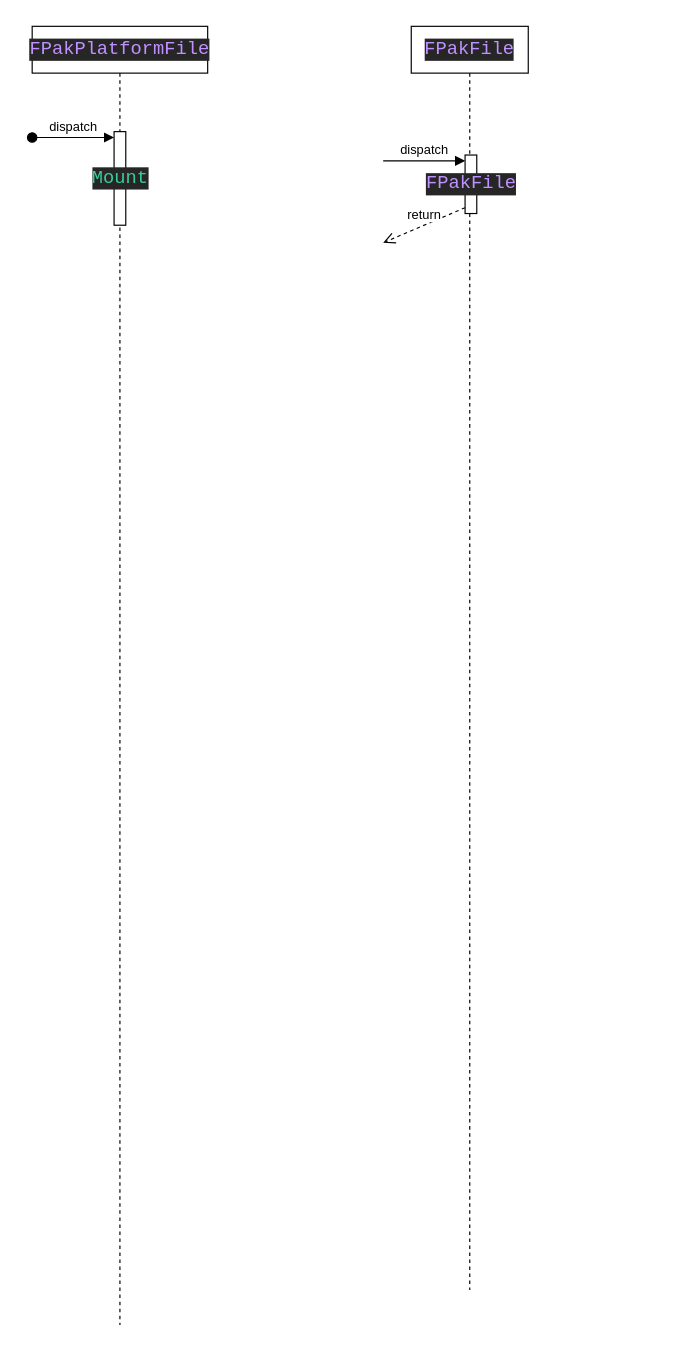
The draw.io diagram page "mount" (1 of 3) of UE资源管理.drawio in ling-shixi/meta, before the edit. Source tidied: cells renumbered, new cells numbered last; positions are measured from the earlier drawing's top-left corner, leaving out a move shared by most shapes. Both pictures are drawn from the tidied source at 117%, with x=0, y=0 at pixel (32, 26).
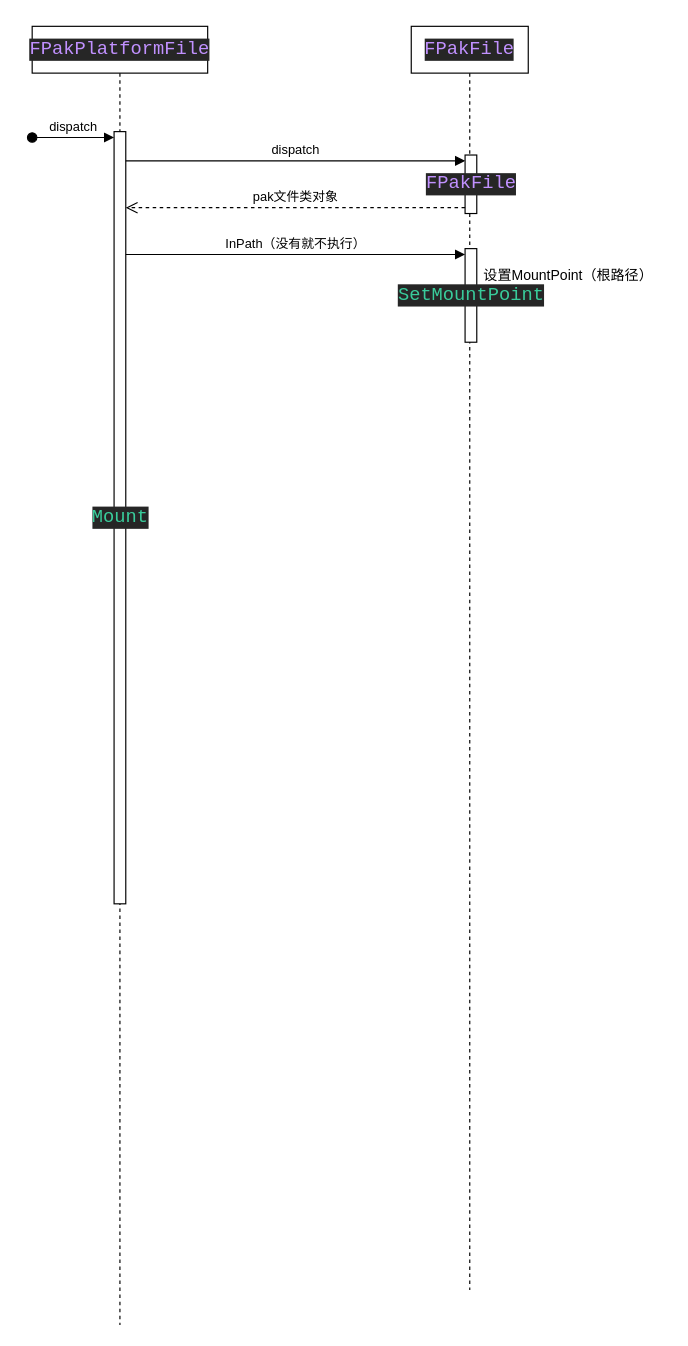
The same page after the edit.

The edit, as a diff of the source:
```diff
@@
 <mxGraphModel>
   <root>
     <mxCell id="0" />
     <mxCell id="1" parent="0" />
     <mxCell id="2" value="&lt;div style=&quot;background-color:#262626;color:#d0d0d0&quot;&gt;&lt;pre style=&quot;font-family:'JetBrains Mono',monospace;font-size:12.0pt;&quot;&gt;&lt;span style=&quot;color:#c191ff;&quot;&gt;FPakPlatformFile&lt;/span&gt;&lt;/pre&gt;&lt;/div&gt;" style="shape=umlLifeline;perimeter=lifelinePerimeter;whiteSpace=wrap;html=1;newEdgeStyle={&quot;curved&quot;:0,&quot;rounded&quot;:0};" parent="1" vertex="1">
       <mxGeometry width="150" height="1110" as="geometry" />
     </mxCell>
     <mxCell id="3" value="&lt;div style=&quot;background-color:#262626;color:#d0d0d0&quot;&gt;&lt;pre style=&quot;font-family:'JetBrains Mono',monospace;font-size:12.0pt;&quot;&gt;&lt;span style=&quot;color:#39cc9b;&quot;&gt;Mount&lt;/span&gt;&lt;/pre&gt;&lt;/div&gt;" style="html=1;points=[[0,0,0,0,5],[0,1,0,0,-5],[1,0,0,0,5],[1,1,0,0,-5]];perimeter=orthogonalPerimeter;outlineConnect=0;targetShapes=umlLifeline;portConstraint=eastwest;newEdgeStyle={&quot;curved&quot;:0,&quot;rounded&quot;:0};" parent="2" vertex="1">
-      <mxGeometry x="70" y="90" width="10" height="80" as="geometry" />
+      <mxGeometry x="70" y="90" width="10" height="660" as="geometry" />
     </mxCell>
     <mxCell id="4" value="dispatch" style="html=1;verticalAlign=bottom;startArrow=oval;endArrow=block;startSize=8;curved=0;rounded=0;entryX=0;entryY=0;entryDx=0;entryDy=5;" parent="2" edge="1" target="3">
       <mxGeometry relative="1" as="geometry">
         <mxPoint y="95" as="sourcePoint" />
       </mxGeometry>
     </mxCell>
     <mxCell id="5" value="&lt;div style=&quot;background-color:#262626;color:#d0d0d0&quot;&gt;&lt;pre style=&quot;font-family:'JetBrains Mono',monospace;font-size:12.0pt;&quot;&gt;&lt;span style=&quot;color:#c191ff;&quot;&gt;FPakFile&lt;/span&gt;&lt;/pre&gt;&lt;/div&gt;" style="shape=umlLifeline;perimeter=lifelinePerimeter;whiteSpace=wrap;html=1;newEdgeStyle={&quot;curved&quot;:0,&quot;rounded&quot;:0};" parent="1" vertex="1">
       <mxGeometry x="324" width="100" height="1080" as="geometry" />
     </mxCell>
     <mxCell id="6" value="&lt;div style=&quot;background-color:#262626;color:#d0d0d0&quot;&gt;&lt;pre style=&quot;font-family:'JetBrains Mono',monospace;font-size:12.0pt;&quot;&gt;&lt;span style=&quot;color:#c191ff;&quot;&gt;FPakFile&lt;/span&gt;&lt;/pre&gt;&lt;/div&gt;" style="html=1;points=[[0,0,0,0,5],[0,1,0,0,-5],[1,0,0,0,5],[1,1,0,0,-5]];perimeter=orthogonalPerimeter;outlineConnect=0;targetShapes=umlLifeline;portConstraint=eastwest;newEdgeStyle={&quot;curved&quot;:0,&quot;rounded&quot;:0};" parent="5" vertex="1">
       <mxGeometry x="46" y="110" width="10" height="50" as="geometry" />
     </mxCell>
+    <mxCell id="9" value="&lt;div style=&quot;background-color:#262626;color:#d0d0d0&quot;&gt;&lt;pre style=&quot;font-family:'JetBrains Mono',monospace;font-size:12.0pt;&quot;&gt;&lt;span style=&quot;color:#39cc9b;&quot;&gt;SetMountPoint&lt;/span&gt;&lt;/pre&gt;&lt;/div&gt;" style="html=1;points=[[0,0,0,0,5],[0,1,0,0,-5],[1,0,0,0,5],[1,1,0,0,-5]];perimeter=orthogonalPerimeter;outlineConnect=0;targetShapes=umlLifeline;portConstraint=eastwest;newEdgeStyle={&quot;curved&quot;:0,&quot;rounded&quot;:0};" parent="5" vertex="1">
+      <mxGeometry x="46" y="190" width="10" height="80" as="geometry" />
+    </mxCell>
-    <mxCell id="7" value="dispatch" style="html=1;verticalAlign=bottom;endArrow=block;curved=0;rounded=0;entryX=0;entryY=0;entryDx=0;entryDy=5;" parent="5" edge="1" target="6">
-      <mxGeometry relative="1" as="geometry">
-        <mxPoint x="-24" y="115" as="sourcePoint" />
-      </mxGeometry>
+    <mxCell id="7" value="dispatch" style="html=1;verticalAlign=bottom;endArrow=block;curved=0;rounded=0;entryX=0;entryY=0;entryDx=0;entryDy=5;" parent="1" edge="1" source="3" target="6">
+      <mxGeometry relative="1" as="geometry" />
     </mxCell>
-    <mxCell id="8" value="return" style="html=1;verticalAlign=bottom;endArrow=open;dashed=1;endSize=8;curved=0;rounded=0;exitX=0;exitY=1;exitDx=0;exitDy=-5;" parent="5" edge="1" source="6">
-      <mxGeometry relative="1" as="geometry">
-        <mxPoint x="-24" y="185" as="targetPoint" />
-      </mxGeometry>
+    <mxCell id="8" value="pak文件类对象" style="html=1;verticalAlign=bottom;endArrow=open;dashed=1;endSize=8;curved=0;rounded=0;exitX=0;exitY=1;exitDx=0;exitDy=-5;" parent="1" edge="1" source="6" target="3">
+      <mxGeometry relative="1" as="geometry" />
     </mxCell>
+    <mxCell id="10" value="InPath（没有就不执行）" style="html=1;verticalAlign=bottom;endArrow=block;curved=0;rounded=0;entryX=0;entryY=0;entryDx=0;entryDy=5;" parent="1" edge="1" source="3" target="9">
+      <mxGeometry relative="1" as="geometry" />
+    </mxCell>
+    <mxCell id="11" value="设置MountPoint（根路径）" style="text;html=1;align=center;verticalAlign=middle;strokeColor=none;fillColor=none;" parent="1" vertex="1">
+      <mxGeometry x="373" y="198" width="170" height="30" as="geometry" />
+    </mxCell>
   </root>
 </mxGraphModel>
```
